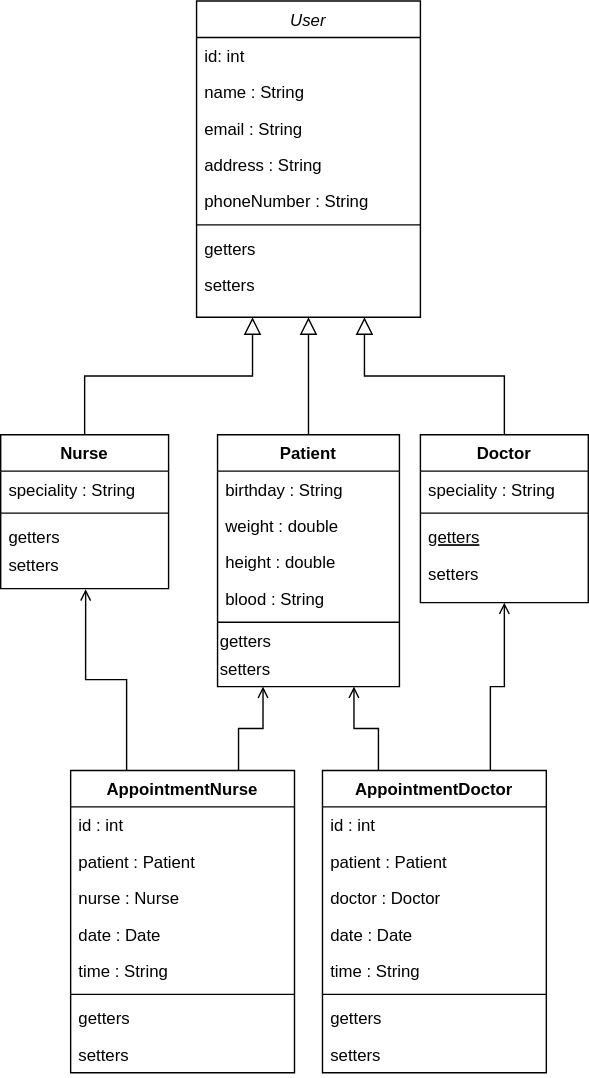
Earlier version of the draw.io export UML.svg (alexayca/java_practice). Source tidied: cells renumbered, new cells last; positions are measured from the earlier drawing's top-left corner, leaving out a move shared by most shapes. Its diagram source:
```xml
<mxGraphModel background="#ffffff">
  <root>
    <mxCell id="0" />
    <mxCell id="1" parent="0" />
    <mxCell id="2" value="User" style="swimlane;fontStyle=2;align=center;verticalAlign=top;horizontal=1;startSize=26;rounded=0;shadow=0;strokeWidth=1;" parent="1" vertex="1">
      <mxGeometry x="140" width="160" height="226" as="geometry" />
    </mxCell>
    <mxCell id="3" value="id: int" style="text;align=left;verticalAlign=top;spacingLeft=4;spacingRight=4;overflow=hidden;" parent="2" vertex="1">
      <mxGeometry y="26" width="160" height="26" as="geometry" />
    </mxCell>
    <mxCell id="4" value="name : String" style="text;align=left;verticalAlign=top;spacingLeft=4;spacingRight=4;overflow=hidden;rounded=0;shadow=0;html=0;" parent="2" vertex="1">
      <mxGeometry y="52" width="160" height="26" as="geometry" />
    </mxCell>
    <mxCell id="5" value="email : String" style="text;align=left;verticalAlign=top;spacingLeft=4;spacingRight=4;overflow=hidden;rounded=0;shadow=0;html=0;" parent="2" vertex="1">
      <mxGeometry y="78" width="160" height="26" as="geometry" />
    </mxCell>
    <mxCell id="6" value="address : String" style="text;align=left;verticalAlign=top;spacingLeft=4;spacingRight=4;overflow=hidden;rounded=0;shadow=0;html=0;" parent="2" vertex="1">
      <mxGeometry y="104" width="160" height="26" as="geometry" />
    </mxCell>
    <mxCell id="7" value="phoneNumber : String" style="text;align=left;verticalAlign=top;spacingLeft=4;spacingRight=4;overflow=hidden;rounded=0;shadow=0;html=0;" parent="2" vertex="1">
      <mxGeometry y="130" width="160" height="26" as="geometry" />
    </mxCell>
    <mxCell id="8" style="line;html=1;strokeWidth=1;align=left;verticalAlign=middle;spacingTop=-1;spacingLeft=3;spacingRight=3;labelPosition=right;" parent="2" vertex="1">
      <mxGeometry y="156" width="160" height="8" as="geometry" />
    </mxCell>
    <mxCell id="9" value="getters" style="text;align=left;verticalAlign=top;spacingLeft=4;spacingRight=4;overflow=hidden;" parent="2" vertex="1">
      <mxGeometry y="164" width="160" height="26" as="geometry" />
    </mxCell>
    <mxCell id="10" value="setters" style="text;align=left;verticalAlign=top;spacingLeft=4;spacingRight=4;overflow=hidden;" parent="2" vertex="1">
      <mxGeometry y="190" width="160" height="26" as="geometry" />
    </mxCell>
    <mxCell id="11" value="Doctor" style="swimlane;fontStyle=1;align=center;verticalAlign=top;horizontal=1;startSize=26;rounded=0;shadow=0;strokeWidth=1;" parent="1" vertex="1">
      <mxGeometry x="300" y="310" width="120" height="120" as="geometry" />
    </mxCell>
    <mxCell id="12" value="speciality : String" style="text;align=left;verticalAlign=top;spacingLeft=4;spacingRight=4;overflow=hidden;" parent="11" vertex="1">
      <mxGeometry y="26" width="120" height="26" as="geometry" />
    </mxCell>
    <mxCell id="13" style="line;html=1;strokeWidth=1;align=left;verticalAlign=middle;spacingTop=-1;spacingLeft=3;spacingRight=3;labelPosition=right;" parent="11" vertex="1">
      <mxGeometry y="52" width="120" height="8" as="geometry" />
    </mxCell>
    <mxCell id="14" value="getters" style="text;align=left;verticalAlign=top;spacingLeft=4;spacingRight=4;overflow=hidden;fontStyle=4;" parent="11" vertex="1">
      <mxGeometry y="60" width="120" height="26" as="geometry" />
    </mxCell>
    <mxCell id="15" value="setters" style="text;align=left;verticalAlign=top;spacingLeft=4;spacingRight=4;overflow=hidden;" parent="11" vertex="1">
      <mxGeometry y="86" width="120" height="26" as="geometry" />
    </mxCell>
    <mxCell id="16" style="endArrow=block;endSize=10;endFill=0;shadow=0;strokeWidth=1;rounded=0;edgeStyle=elbowEdgeStyle;elbow=vertical;entryX=0.75;entryY=1;entryDx=0;entryDy=0;" parent="1" edge="1" source="11" target="2">
      <mxGeometry relative="1" as="geometry" />
    </mxCell>
    <mxCell id="17" value="Patient" style="swimlane;fontStyle=1;align=center;verticalAlign=top;horizontal=1;startSize=26;rounded=0;shadow=0;strokeWidth=1;" parent="1" vertex="1">
      <mxGeometry x="155" y="310" width="130" height="180" as="geometry" />
    </mxCell>
    <mxCell id="18" value="birthday : String" style="text;align=left;verticalAlign=top;spacingLeft=4;spacingRight=4;overflow=hidden;" parent="17" vertex="1">
      <mxGeometry y="26" width="130" height="26" as="geometry" />
    </mxCell>
    <mxCell id="19" value="weight : double" style="text;align=left;verticalAlign=top;spacingLeft=4;spacingRight=4;overflow=hidden;" parent="17" vertex="1">
      <mxGeometry y="52" width="130" height="26" as="geometry" />
    </mxCell>
    <mxCell id="20" value="height : double" style="text;align=left;verticalAlign=top;spacingLeft=4;spacingRight=4;overflow=hidden;" parent="17" vertex="1">
      <mxGeometry y="78" width="130" height="26" as="geometry" />
    </mxCell>
    <mxCell id="21" value="blood : String" style="text;align=left;verticalAlign=top;spacingLeft=4;spacingRight=4;overflow=hidden;" parent="17" vertex="1">
      <mxGeometry y="104" width="130" height="26" as="geometry" />
    </mxCell>
    <mxCell id="22" style="line;html=1;strokeWidth=1;align=left;verticalAlign=middle;spacingTop=-1;spacingLeft=3;spacingRight=3;labelPosition=right;" parent="17" vertex="1">
      <mxGeometry y="130" width="130" height="8" as="geometry" />
    </mxCell>
    <mxCell id="23" value="getters" style="text;html=1;align=left;verticalAlign=middle;strokeColor=none;fillColor=none;" parent="17" vertex="1">
      <mxGeometry y="138" width="130" height="20" as="geometry" />
    </mxCell>
    <mxCell id="24" value="setters" style="text;html=1;align=left;verticalAlign=middle;strokeColor=none;fillColor=none;" parent="17" vertex="1">
      <mxGeometry y="158" width="130" height="20" as="geometry" />
    </mxCell>
    <mxCell id="25" style="endArrow=block;endSize=10;endFill=0;shadow=0;strokeWidth=1;rounded=0;edgeStyle=elbowEdgeStyle;elbow=vertical;entryX=0.5;entryY=1;entryDx=0;entryDy=0;" parent="1" edge="1" source="17" target="2">
      <mxGeometry relative="1" as="geometry" />
    </mxCell>
    <mxCell id="26" style="edgeStyle=orthogonalEdgeStyle;rounded=0;jettySize=auto;html=1;entryX=0.75;entryY=1;entryDx=0;entryDy=0;endArrow=open;endFill=0;exitX=0.25;exitY=0;exitDx=0;exitDy=0;" parent="1" edge="1" source="28" target="17">
      <mxGeometry relative="1" as="geometry" />
    </mxCell>
    <mxCell id="27" style="edgeStyle=orthogonalEdgeStyle;rounded=0;jettySize=auto;html=1;exitX=0.75;exitY=0;exitDx=0;exitDy=0;endArrow=open;endFill=0;entryX=0.5;entryY=1;entryDx=0;entryDy=0;" parent="1" edge="1" source="28" target="11">
      <mxGeometry relative="1" as="geometry" />
    </mxCell>
    <mxCell id="28" value="AppointmentDoctor" style="swimlane;fontStyle=1;align=center;verticalAlign=top;horizontal=1;startSize=26;" parent="1" vertex="1">
      <mxGeometry x="230" y="550" width="160" height="216" as="geometry" />
    </mxCell>
    <mxCell id="29" value="id : int" style="text;strokeColor=none;fillColor=none;align=left;verticalAlign=top;spacingLeft=4;spacingRight=4;overflow=hidden;" parent="28" vertex="1">
      <mxGeometry y="26" width="160" height="26" as="geometry" />
    </mxCell>
    <mxCell id="30" value="patient : Patient" style="text;strokeColor=none;fillColor=none;align=left;verticalAlign=top;spacingLeft=4;spacingRight=4;overflow=hidden;" parent="28" vertex="1">
      <mxGeometry y="52" width="160" height="26" as="geometry" />
    </mxCell>
    <mxCell id="31" value="doctor : Doctor" style="text;strokeColor=none;fillColor=none;align=left;verticalAlign=top;spacingLeft=4;spacingRight=4;overflow=hidden;" parent="28" vertex="1">
      <mxGeometry y="78" width="160" height="26" as="geometry" />
    </mxCell>
    <mxCell id="32" value="date : Date" style="text;strokeColor=none;fillColor=none;align=left;verticalAlign=top;spacingLeft=4;spacingRight=4;overflow=hidden;" parent="28" vertex="1">
      <mxGeometry y="104" width="160" height="26" as="geometry" />
    </mxCell>
    <mxCell id="33" value="time : String" style="text;strokeColor=none;fillColor=none;align=left;verticalAlign=top;spacingLeft=4;spacingRight=4;overflow=hidden;" parent="28" vertex="1">
      <mxGeometry y="130" width="160" height="26" as="geometry" />
    </mxCell>
    <mxCell id="34" style="line;strokeWidth=1;fillColor=none;align=left;verticalAlign=middle;spacingTop=-1;spacingLeft=3;spacingRight=3;labelPosition=right;" parent="28" vertex="1">
      <mxGeometry y="156" width="160" height="8" as="geometry" />
    </mxCell>
    <mxCell id="35" value="getters" style="text;strokeColor=none;fillColor=none;align=left;verticalAlign=top;spacingLeft=4;spacingRight=4;overflow=hidden;" parent="28" vertex="1">
      <mxGeometry y="164" width="160" height="26" as="geometry" />
    </mxCell>
    <mxCell id="36" value="setters" style="text;strokeColor=none;fillColor=none;align=left;verticalAlign=top;spacingLeft=4;spacingRight=4;overflow=hidden;" parent="28" vertex="1">
      <mxGeometry y="190" width="160" height="26" as="geometry" />
    </mxCell>
    <mxCell id="37" style="edgeStyle=orthogonalEdgeStyle;rounded=0;jettySize=auto;html=1;endArrow=block;endFill=0;entryX=0.25;entryY=1;entryDx=0;entryDy=0;exitX=0.5;exitY=0;exitDx=0;exitDy=0;endSize=10;" parent="1" edge="1" source="38" target="2">
      <mxGeometry relative="1" as="geometry" />
    </mxCell>
    <mxCell id="38" value="Nurse" style="swimlane;fontStyle=1;align=center;verticalAlign=top;horizontal=1;startSize=26;" parent="1" vertex="1">
      <mxGeometry y="310" width="120" height="110" as="geometry" />
    </mxCell>
    <mxCell id="39" value="speciality : String" style="text;strokeColor=none;fillColor=none;align=left;verticalAlign=top;spacingLeft=4;spacingRight=4;overflow=hidden;" parent="38" vertex="1">
      <mxGeometry y="26" width="120" height="26" as="geometry" />
    </mxCell>
    <mxCell id="40" style="line;strokeWidth=1;fillColor=none;align=left;verticalAlign=middle;spacingTop=-1;spacingLeft=3;spacingRight=3;labelPosition=right;" parent="38" vertex="1">
      <mxGeometry y="52" width="120" height="8" as="geometry" />
    </mxCell>
    <mxCell id="41" value="getters" style="text;strokeColor=none;fillColor=none;align=left;verticalAlign=top;spacingLeft=4;spacingRight=4;overflow=hidden;" parent="38" vertex="1">
      <mxGeometry y="60" width="120" height="20" as="geometry" />
    </mxCell>
    <mxCell id="42" value="setters" style="text;strokeColor=none;fillColor=none;align=left;verticalAlign=top;spacingLeft=4;spacingRight=4;overflow=hidden;points=[[0,0.5],[1,0.5]];portConstraint=eastwest;" parent="38" vertex="1">
      <mxGeometry y="80" width="120" height="30" as="geometry" />
    </mxCell>
    <mxCell id="43" style="edgeStyle=orthogonalEdgeStyle;rounded=0;jettySize=auto;html=1;endArrow=open;endFill=0;entryX=0.506;entryY=1.013;entryDx=0;entryDy=0;entryPerimeter=0;exitX=0.25;exitY=0;exitDx=0;exitDy=0;" parent="1" edge="1" source="44" target="42">
      <mxGeometry relative="1" as="geometry" />
    </mxCell>
    <mxCell id="44" value="AppointmentNurse" style="swimlane;fontStyle=1;align=center;verticalAlign=top;horizontal=1;startSize=26;" parent="1" vertex="1">
      <mxGeometry x="50" y="550" width="160" height="216" as="geometry" />
    </mxCell>
    <mxCell id="45" value="id : int" style="text;strokeColor=none;fillColor=none;align=left;verticalAlign=top;spacingLeft=4;spacingRight=4;overflow=hidden;" parent="44" vertex="1">
      <mxGeometry y="26" width="160" height="26" as="geometry" />
    </mxCell>
    <mxCell id="46" value="patient : Patient" style="text;strokeColor=none;fillColor=none;align=left;verticalAlign=top;spacingLeft=4;spacingRight=4;overflow=hidden;" parent="44" vertex="1">
      <mxGeometry y="52" width="160" height="26" as="geometry" />
    </mxCell>
    <mxCell id="47" value="nurse : Nurse" style="text;strokeColor=none;fillColor=none;align=left;verticalAlign=top;spacingLeft=4;spacingRight=4;overflow=hidden;" parent="44" vertex="1">
      <mxGeometry y="78" width="160" height="26" as="geometry" />
    </mxCell>
    <mxCell id="48" value="date : Date" style="text;strokeColor=none;fillColor=none;align=left;verticalAlign=top;spacingLeft=4;spacingRight=4;overflow=hidden;" parent="44" vertex="1">
      <mxGeometry y="104" width="160" height="26" as="geometry" />
    </mxCell>
    <mxCell id="49" value="time : String" style="text;strokeColor=none;fillColor=none;align=left;verticalAlign=top;spacingLeft=4;spacingRight=4;overflow=hidden;" parent="44" vertex="1">
      <mxGeometry y="130" width="160" height="26" as="geometry" />
    </mxCell>
    <mxCell id="50" style="line;strokeWidth=1;fillColor=none;align=left;verticalAlign=middle;spacingTop=-1;spacingLeft=3;spacingRight=3;labelPosition=right;" parent="44" vertex="1">
      <mxGeometry y="156" width="160" height="8" as="geometry" />
    </mxCell>
    <mxCell id="51" value="getters" style="text;strokeColor=none;fillColor=none;align=left;verticalAlign=top;spacingLeft=4;spacingRight=4;overflow=hidden;" parent="44" vertex="1">
      <mxGeometry y="164" width="160" height="26" as="geometry" />
    </mxCell>
    <mxCell id="52" value="setters" style="text;strokeColor=none;fillColor=none;align=left;verticalAlign=top;spacingLeft=4;spacingRight=4;overflow=hidden;" parent="44" vertex="1">
      <mxGeometry y="190" width="160" height="26" as="geometry" />
    </mxCell>
    <mxCell id="53" style="edgeStyle=orthogonalEdgeStyle;rounded=0;jettySize=auto;html=1;entryX=0.25;entryY=1;entryDx=0;entryDy=0;endArrow=open;endFill=0;exitX=0.75;exitY=0;exitDx=0;exitDy=0;" parent="1" edge="1" source="44" target="17">
      <mxGeometry relative="1" as="geometry" />
    </mxCell>
  </root>
</mxGraphModel>
```
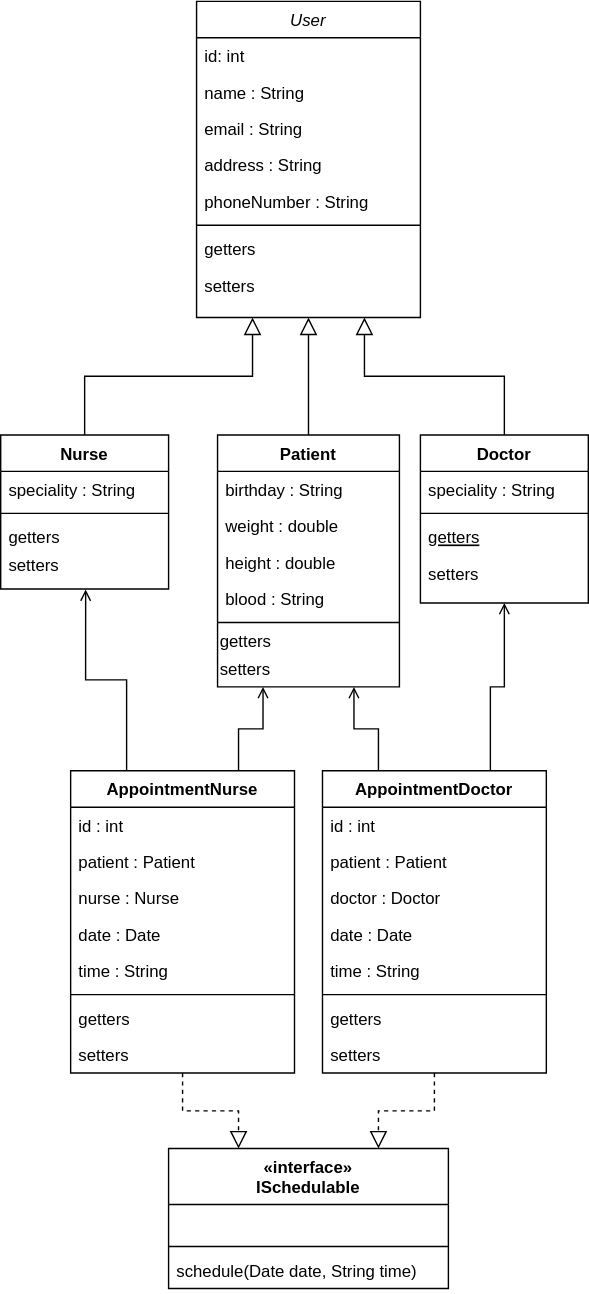
After the change.

Change to the diagram source:
```diff
@@ -80,6 +80,9 @@
     <mxCell id="27" style="edgeStyle=orthogonalEdgeStyle;rounded=0;jettySize=auto;html=1;exitX=0.75;exitY=0;exitDx=0;exitDy=0;endArrow=open;endFill=0;entryX=0.5;entryY=1;entryDx=0;entryDy=0;" parent="1" edge="1" source="28" target="11">
       <mxGeometry relative="1" as="geometry" />
     </mxCell>
+    <mxCell id="54" style="edgeStyle=orthogonalEdgeStyle;rounded=0;jettySize=auto;html=1;entryX=0.75;entryY=0;entryDx=0;entryDy=0;endArrow=block;endFill=0;endSize=10;dashed=1;strokeWidth=1;" parent="1" edge="1" source="28" target="56">
+      <mxGeometry relative="1" as="geometry" />
+    </mxCell>
     <mxCell id="28" value="AppointmentDoctor" style="swimlane;fontStyle=1;align=center;verticalAlign=top;horizontal=1;startSize=26;" parent="1" vertex="1">
       <mxGeometry x="230" y="550" width="160" height="216" as="geometry" />
     </mxCell>
@@ -128,6 +131,9 @@
     <mxCell id="43" style="edgeStyle=orthogonalEdgeStyle;rounded=0;jettySize=auto;html=1;endArrow=open;endFill=0;entryX=0.506;entryY=1.013;entryDx=0;entryDy=0;entryPerimeter=0;exitX=0.25;exitY=0;exitDx=0;exitDy=0;" parent="1" edge="1" source="44" target="42">
       <mxGeometry relative="1" as="geometry" />
     </mxCell>
+    <mxCell id="55" style="edgeStyle=orthogonalEdgeStyle;rounded=0;jettySize=auto;html=1;entryX=0.25;entryY=0;entryDx=0;entryDy=0;endArrow=block;endFill=0;endSize=10;dashed=1;" parent="1" edge="1" source="44" target="56">
+      <mxGeometry relative="1" as="geometry" />
+    </mxCell>
     <mxCell id="44" value="AppointmentNurse" style="swimlane;fontStyle=1;align=center;verticalAlign=top;horizontal=1;startSize=26;" parent="1" vertex="1">
       <mxGeometry x="50" y="550" width="160" height="216" as="geometry" />
     </mxCell>
@@ -158,5 +164,17 @@
     <mxCell id="53" style="edgeStyle=orthogonalEdgeStyle;rounded=0;jettySize=auto;html=1;entryX=0.25;entryY=1;entryDx=0;entryDy=0;endArrow=open;endFill=0;exitX=0.75;exitY=0;exitDx=0;exitDy=0;" parent="1" edge="1" source="44" target="17">
       <mxGeometry relative="1" as="geometry" />
     </mxCell>
+    <mxCell id="56" value="«interface»&#10;ISchedulable" style="swimlane;fontStyle=1;align=center;verticalAlign=top;horizontal=1;startSize=40;" parent="1" vertex="1">
+      <mxGeometry x="120" y="820" width="200" height="100" as="geometry" />
+    </mxCell>
+    <mxCell id="57" value=" " style="text;strokeColor=none;fillColor=none;align=left;verticalAlign=top;spacingLeft=4;spacingRight=4;overflow=hidden;" parent="56" vertex="1">
+      <mxGeometry y="40" width="200" height="26" as="geometry" />
+    </mxCell>
+    <mxCell id="58" style="line;strokeWidth=1;fillColor=none;align=left;verticalAlign=middle;spacingTop=-1;spacingLeft=3;spacingRight=3;labelPosition=right;" parent="56" vertex="1">
+      <mxGeometry y="66" width="200" height="8" as="geometry" />
+    </mxCell>
+    <mxCell id="59" value="schedule(Date date, String time)" style="text;strokeColor=none;fillColor=none;align=left;verticalAlign=top;spacingLeft=4;spacingRight=4;overflow=hidden;" parent="56" vertex="1">
+      <mxGeometry y="74" width="200" height="26" as="geometry" />
+    </mxCell>
   </root>
 </mxGraphModel>
```
